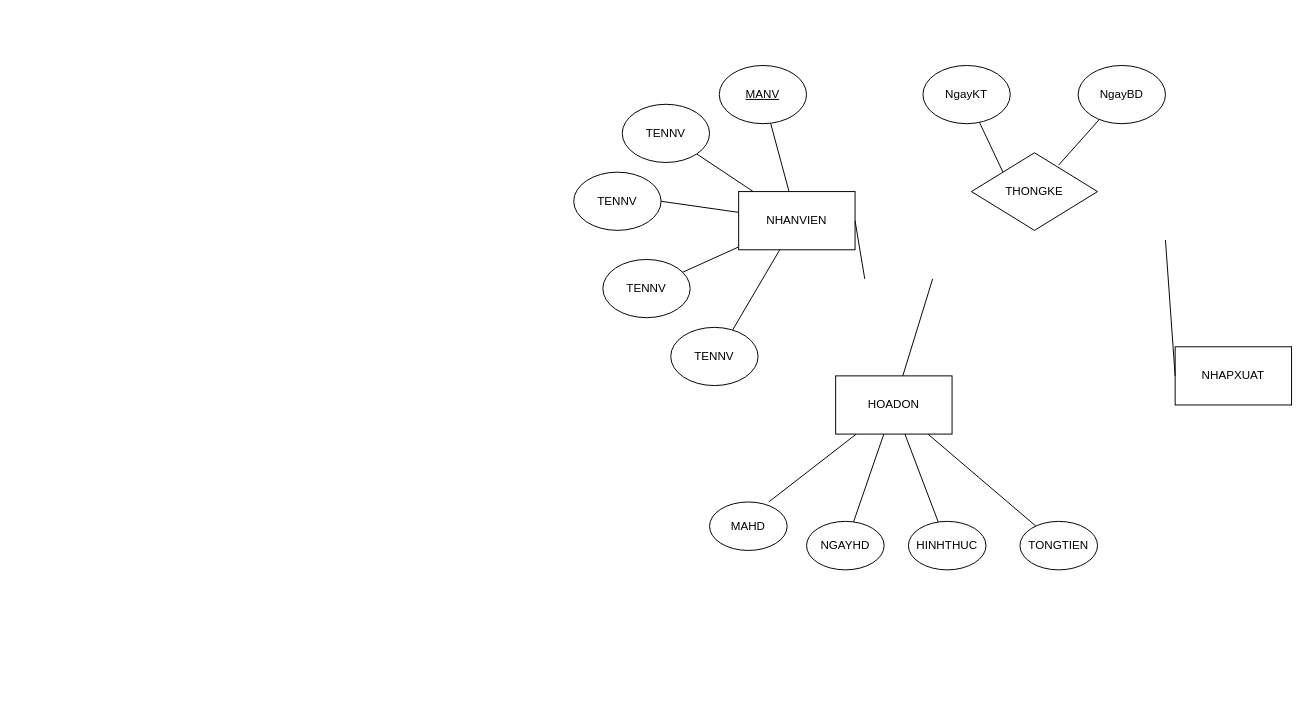
This is Quanlysanpham_thongke/Thống kê/ERD/Untitled Diagram.drawio from VoHoangDai/CNPM, a draw.io file, before an edit. Source tidied: cells renumbered, new cells numbered last; positions are measured from the earlier drawing's top-left corner, leaving out a move shared by most shapes. Both pictures are drawn from the tidied source at 97%, with x=0, y=0 at pixel (573, 65).
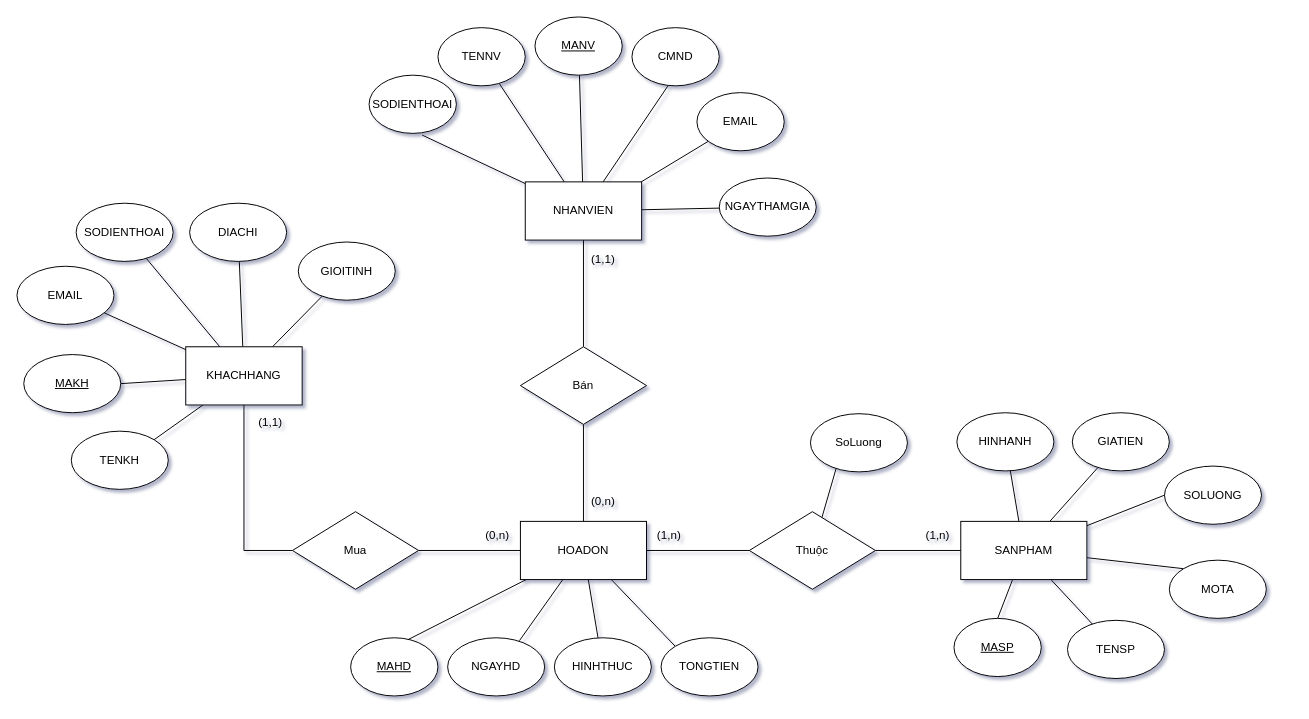
After the change.

The edit, as a diff of the source:
```diff
@@
-<mxGraphModel>
+<mxGraphModel shadow="1">
@@
-    <mxCell id="2" style="rounded=0;jettySize=auto;html=1;endArrow=none;endFill=0;exitX=0;exitY=0;exitDx=0;exitDy=0;" parent="1" edge="1" source="21" target="4">
-      <mxGeometry relative="1" as="geometry" />
-    </mxCell>
-    <mxCell id="3" style="edgeStyle=none;rounded=0;jettySize=auto;html=1;endArrow=none;endFill=0;exitX=0.691;exitY=0.16;exitDx=0;exitDy=0;exitPerimeter=0;" parent="1" edge="1" source="21" target="5">
-      <mxGeometry relative="1" as="geometry" />
-    </mxCell>
-    <mxCell id="4" value="NgayKT" style="ellipse;whiteSpace=wrap;html=1;" parent="1" vertex="1">
-      <mxGeometry x="360" width="90" height="60" as="geometry" />
-    </mxCell>
-    <mxCell id="5" value="NgayBD" style="ellipse;whiteSpace=wrap;html=1;" parent="1" vertex="1">
-      <mxGeometry x="520" width="90" height="60" as="geometry" />
-    </mxCell>
-    <mxCell id="6" style="edgeStyle=none;rounded=0;jettySize=auto;html=1;entryX=0.7;entryY=0.067;entryDx=0;entryDy=0;entryPerimeter=0;endArrow=none;endFill=0;" parent="1" edge="1" source="11" target="31">
+    <mxCell id="6" style="edgeStyle=none;rounded=0;jettySize=auto;html=1;entryX=0.608;entryY=1.029;entryDx=0;entryDy=0;entryPerimeter=0;endArrow=none;endFill=0;" parent="1" edge="1" source="11" target="31">
       <mxGeometry relative="1" as="geometry" />
     </mxCell>
-    <mxCell id="7" style="edgeStyle=none;rounded=0;jettySize=auto;html=1;endArrow=none;endFill=0;" parent="1" edge="1" source="11" target="30">
+    <mxCell id="7" style="edgeStyle=none;rounded=0;jettySize=auto;html=1;endArrow=none;endFill=0;exitX=0.583;exitY=0.5;exitDx=0;exitDy=0;exitPerimeter=0;" parent="1" edge="1" source="11" target="30">
       <mxGeometry relative="1" as="geometry" />
     </mxCell>
-    <mxCell id="8" style="edgeStyle=none;rounded=0;jettySize=auto;html=1;entryX=1;entryY=0.5;entryDx=0;entryDy=0;endArrow=none;endFill=0;" parent="1" edge="1" source="11" target="29">
+    <mxCell id="8" style="edgeStyle=none;rounded=0;jettySize=auto;html=1;entryX=0.41;entryY=1.005;entryDx=0;entryDy=0;endArrow=none;endFill=0;entryPerimeter=0;" parent="1" edge="1" source="11" target="29">
       <mxGeometry relative="1" as="geometry" />
     </mxCell>
@@
+    <mxCell id="34" style="rounded=0;jettySize=auto;html=1;endArrow=none;endFill=0;" parent="1" edge="1" source="11" target="44">
+      <mxGeometry relative="1" as="geometry" />
+    </mxCell>
+    <mxCell id="35" style="edgeStyle=orthogonalEdgeStyle;rounded=0;jettySize=auto;html=1;endArrow=none;endFill=0;" parent="1" edge="1" source="11" target="68">
+      <mxGeometry relative="1" as="geometry" />
+    </mxCell>
     <mxCell id="11" value="NHANVIEN" style="rounded=0;whiteSpace=wrap;html=1;" parent="1" vertex="1">
-      <mxGeometry x="170" y="130" width="120" height="60" as="geometry" />
+      <mxGeometry x="-50" y="120" width="120" height="60" as="geometry" />
     </mxCell>
-    <mxCell id="12" style="edgeStyle=none;rounded=0;jettySize=auto;html=1;endArrow=none;endFill=0;" parent="1" edge="1" source="17">
-      <mxGeometry relative="1" as="geometry">
-        <mxPoint x="370" y="220" as="targetPoint" />
-      </mxGeometry>
-    </mxCell>
-    <mxCell id="13" style="edgeStyle=none;rounded=0;jettySize=auto;html=1;entryX=0.763;entryY=0;entryDx=0;entryDy=0;endArrow=none;endFill=0;entryPerimeter=0;" parent="1" edge="1" source="17" target="22">
+    <mxCell id="13" style="edgeStyle=none;rounded=0;jettySize=auto;html=1;entryX=0.656;entryY=0.033;entryDx=0;entryDy=0;endArrow=none;endFill=0;entryPerimeter=0;" parent="1" edge="1" source="17" target="22">
       <mxGeometry relative="1" as="geometry" />
     </mxCell>
-    <mxCell id="14" style="edgeStyle=none;rounded=0;jettySize=auto;html=1;endArrow=none;endFill=0;" parent="1" edge="1" source="17" target="23">
+    <mxCell id="14" style="edgeStyle=none;rounded=0;jettySize=auto;html=1;endArrow=none;endFill=0;entryX=0.74;entryY=0.05;entryDx=0;entryDy=0;entryPerimeter=0;" parent="1" edge="1" source="17" target="23">
       <mxGeometry relative="1" as="geometry" />
     </mxCell>
@@
-    <mxCell id="16" style="edgeStyle=none;rounded=0;jettySize=auto;html=1;endArrow=none;endFill=0;" parent="1" edge="1" source="17" target="25">
+    <mxCell id="16" style="edgeStyle=none;rounded=0;jettySize=auto;html=1;endArrow=none;endFill=0;entryX=0;entryY=0;entryDx=0;entryDy=0;" parent="1" edge="1" source="17" target="25">
       <mxGeometry relative="1" as="geometry" />
     </mxCell>
+    <mxCell id="36" style="edgeStyle=orthogonalEdgeStyle;rounded=0;jettySize=auto;html=1;entryX=0;entryY=0.5;entryDx=0;entryDy=0;endArrow=none;endFill=0;" parent="1" edge="1" source="17" target="66">
+      <mxGeometry relative="1" as="geometry" />
+    </mxCell>
     <mxCell id="17" value="HOADON" style="rounded=0;whiteSpace=wrap;html=1;" parent="1" vertex="1">
-      <mxGeometry x="270" y="320" width="120" height="60" as="geometry" />
+      <mxGeometry x="-55" y="470" width="130" height="60" as="geometry" />
     </mxCell>
+    <mxCell id="37" style="edgeStyle=none;rounded=0;jettySize=auto;html=1;endArrow=none;endFill=0;" parent="1" edge="1" source="18" target="50">
+      <mxGeometry relative="1" as="geometry" />
+    </mxCell>
+    <mxCell id="38" style="edgeStyle=none;rounded=0;jettySize=auto;html=1;endArrow=none;endFill=0;" parent="1" edge="1" source="18" target="49">
+      <mxGeometry relative="1" as="geometry" />
+    </mxCell>
+    <mxCell id="39" style="edgeStyle=none;rounded=0;jettySize=auto;html=1;endArrow=none;endFill=0;" parent="1" edge="1" source="18" target="47">
+      <mxGeometry relative="1" as="geometry" />
+    </mxCell>
+    <mxCell id="40" style="edgeStyle=none;rounded=0;jettySize=auto;html=1;endArrow=none;endFill=0;" parent="1" edge="1" source="18" target="48">
+      <mxGeometry relative="1" as="geometry" />
+    </mxCell>
+    <mxCell id="41" style="edgeStyle=none;rounded=0;jettySize=auto;html=1;endArrow=none;endFill=0;entryX=1;entryY=0;entryDx=0;entryDy=0;" parent="1" edge="1" source="18" target="46">
+      <mxGeometry relative="1" as="geometry" />
+    </mxCell>
+    <mxCell id="42" style="edgeStyle=none;rounded=0;jettySize=auto;html=1;entryX=1;entryY=0.5;entryDx=0;entryDy=0;endArrow=none;endFill=0;" parent="1" edge="1" source="18" target="45">
+      <mxGeometry relative="1" as="geometry" />
+    </mxCell>
+    <mxCell id="43" style="edgeStyle=orthogonalEdgeStyle;rounded=0;jettySize=auto;html=1;entryX=0;entryY=0.5;entryDx=0;entryDy=0;endArrow=none;endFill=0;exitX=0.5;exitY=1;exitDx=0;exitDy=0;" parent="1" edge="1" source="18" target="70">
+      <mxGeometry relative="1" as="geometry">
+        <Array as="points">
+          <mxPoint x="-340" y="500" />
+        </Array>
+      </mxGeometry>
+    </mxCell>
-    <mxCell id="18" value="NHAPXUAT" style="rounded=0;whiteSpace=wrap;html=1;" parent="1" vertex="1">
-      <mxGeometry x="620" y="290" width="120" height="60" as="geometry" />
+    <mxCell id="18" value="KHACHHANG" style="rounded=0;whiteSpace=wrap;html=1;" parent="1" vertex="1">
+      <mxGeometry x="-400" y="290" width="120" height="60" as="geometry" />
     </mxCell>
-    <mxCell id="19" style="edgeStyle=none;rounded=0;jettySize=auto;html=1;endArrow=none;endFill=0;entryX=1;entryY=0.5;entryDx=0;entryDy=0;" parent="1" edge="1" target="11">
-      <mxGeometry relative="1" as="geometry">
-        <mxPoint x="300" y="220" as="sourcePoint" />
-      </mxGeometry>
-    </mxCell>
-    <mxCell id="20" style="edgeStyle=none;rounded=0;jettySize=auto;html=1;entryX=0;entryY=0.5;entryDx=0;entryDy=0;endArrow=none;endFill=0;" parent="1" edge="1" target="18">
-      <mxGeometry relative="1" as="geometry">
-        <mxPoint x="610" y="180" as="sourcePoint" />
-      </mxGeometry>
-    </mxCell>
-    <mxCell id="21" value="THONGKE" style="rhombus;whiteSpace=wrap;html=1;" parent="1" vertex="1">
-      <mxGeometry x="410" y="90" width="130" height="80" as="geometry" />
-    </mxCell>
-    <mxCell id="22" value="MAHD" style="ellipse;whiteSpace=wrap;html=1;" parent="1" vertex="1">
-      <mxGeometry x="140" y="450" width="80" height="50" as="geometry" />
-    </mxCell>
-    <mxCell id="23" value="NGAYHD" style="ellipse;whiteSpace=wrap;html=1;" parent="1" vertex="1">
-      <mxGeometry x="240" y="470" width="80" height="50" as="geometry" />
-    </mxCell>
-    <mxCell id="24" value="HINHTHUC" style="ellipse;whiteSpace=wrap;html=1;" parent="1" vertex="1">
-      <mxGeometry x="345" y="470" width="80" height="50" as="geometry" />
-    </mxCell>
-    <mxCell id="25" value="TONGTIEN" style="ellipse;whiteSpace=wrap;html=1;" parent="1" vertex="1">
-      <mxGeometry x="460" y="470" width="80" height="50" as="geometry" />
-    </mxCell>
     <mxCell id="26" style="edgeStyle=none;rounded=0;orthogonalLoop=1;jettySize=auto;html=1;exitX=1;exitY=0;exitDx=0;exitDy=0;endArrow=none;endFill=0;" parent="1" edge="1">
       <mxGeometry relative="1" as="geometry">
-        <mxPoint x="678.3" y="357.3" as="sourcePoint" />
-        <mxPoint x="678.7" y="357.6" as="targetPoint" />
+        <mxPoint x="-271.7" y="322.3" as="sourcePoint" />
+        <mxPoint x="-271.3" y="322.6" as="targetPoint" />
       </mxGeometry>
     </mxCell>
     <mxCell id="27" value="&lt;u&gt;MANV&lt;/u&gt;" style="ellipse;whiteSpace=wrap;html=1;" parent="1" vertex="1">
-      <mxGeometry x="150" width="90" height="60" as="geometry" />
+      <mxGeometry x="-40" y="-50" width="90" height="60" as="geometry" />
     </mxCell>
     <mxCell id="28" value="TENNV" style="ellipse;whiteSpace=wrap;html=1;" parent="1" vertex="1">
-      <mxGeometry x="50" y="40" width="90" height="60" as="geometry" />
+      <mxGeometry x="-140" y="-39" width="90" height="60" as="geometry" />
     </mxCell>
-    <mxCell id="29" value="TENNV" style="ellipse;whiteSpace=wrap;html=1;" parent="1" vertex="1">
-      <mxGeometry y="110" width="90" height="60" as="geometry" />
+    <mxCell id="29" value="CMND" style="ellipse;whiteSpace=wrap;html=1;" parent="1" vertex="1">
+      <mxGeometry x="60" y="-39" width="90" height="60" as="geometry" />
     </mxCell>
-    <mxCell id="30" value="TENNV" style="ellipse;whiteSpace=wrap;html=1;" parent="1" vertex="1">
-      <mxGeometry x="30" y="200" width="90" height="60" as="geometry" />
+    <mxCell id="30" value="EMAIL" style="ellipse;whiteSpace=wrap;html=1;" parent="1" vertex="1">
+      <mxGeometry x="127" y="28" width="90" height="60" as="geometry" />
     </mxCell>
-    <mxCell id="31" value="TENNV" style="ellipse;whiteSpace=wrap;html=1;" parent="1" vertex="1">
-      <mxGeometry x="100" y="270" width="90" height="60" as="geometry" />
+    <mxCell id="31" value="SODIENTHOAI" style="ellipse;whiteSpace=wrap;html=1;" parent="1" vertex="1">
+      <mxGeometry x="-211" y="10" width="90" height="60" as="geometry" />
     </mxCell>
@@
+    <mxCell id="44" value="NGAYTHAMGIA" style="ellipse;whiteSpace=wrap;html=1;" parent="1" vertex="1">
+      <mxGeometry x="150" y="116" width="100" height="60" as="geometry" />
+    </mxCell>
+    <mxCell id="22" value="&lt;u&gt;MAHD&lt;/u&gt;" style="ellipse;whiteSpace=wrap;html=1;" parent="1" vertex="1">
+      <mxGeometry x="-230" y="590" width="90" height="60" as="geometry" />
+    </mxCell>
+    <mxCell id="23" value="NGAYHD" style="ellipse;whiteSpace=wrap;html=1;" parent="1" vertex="1">
+      <mxGeometry x="-130" y="590" width="100" height="60" as="geometry" />
+    </mxCell>
+    <mxCell id="24" value="HINHTHUC" style="ellipse;whiteSpace=wrap;html=1;" parent="1" vertex="1">
+      <mxGeometry x="-20" y="590" width="100" height="60" as="geometry" />
+    </mxCell>
+    <mxCell id="25" value="TONGTIEN" style="ellipse;whiteSpace=wrap;html=1;" parent="1" vertex="1">
+      <mxGeometry x="90" y="590" width="100" height="60" as="geometry" />
+    </mxCell>
+    <mxCell id="45" value="&lt;u&gt;MAKH&lt;/u&gt;" style="ellipse;whiteSpace=wrap;html=1;" parent="1" vertex="1">
+      <mxGeometry x="-567" y="298" width="100" height="60" as="geometry" />
+    </mxCell>
+    <mxCell id="46" value="TENKH" style="ellipse;whiteSpace=wrap;html=1;" parent="1" vertex="1">
+      <mxGeometry x="-518" y="377" width="100" height="60" as="geometry" />
+    </mxCell>
+    <mxCell id="47" value="DIACHI" style="ellipse;whiteSpace=wrap;html=1;" parent="1" vertex="1">
+      <mxGeometry x="-396" y="142" width="100" height="60" as="geometry" />
+    </mxCell>
+    <mxCell id="48" value="GIOITINH" style="ellipse;whiteSpace=wrap;html=1;" parent="1" vertex="1">
+      <mxGeometry x="-284" y="182" width="100" height="60" as="geometry" />
+    </mxCell>
+    <mxCell id="49" value="SODIENTHOAI" style="ellipse;whiteSpace=wrap;html=1;" parent="1" vertex="1">
+      <mxGeometry x="-513" y="142" width="100" height="60" as="geometry" />
+    </mxCell>
+    <mxCell id="50" value="EMAIL" style="ellipse;whiteSpace=wrap;html=1;" parent="1" vertex="1">
+      <mxGeometry x="-574" y="207" width="100" height="60" as="geometry" />
+    </mxCell>
+    <mxCell id="51" style="edgeStyle=none;rounded=0;jettySize=auto;html=1;entryX=0.5;entryY=0;entryDx=0;entryDy=0;endArrow=none;endFill=0;" parent="1" edge="1" source="57" target="58">
+      <mxGeometry relative="1" as="geometry" />
+    </mxCell>
+    <mxCell id="52" style="edgeStyle=none;rounded=0;jettySize=auto;html=1;endArrow=none;endFill=0;" parent="1" edge="1" source="57" target="59">
+      <mxGeometry relative="1" as="geometry" />
+    </mxCell>
+    <mxCell id="53" style="edgeStyle=none;rounded=0;jettySize=auto;html=1;endArrow=none;endFill=0;entryX=0;entryY=0;entryDx=0;entryDy=0;" parent="1" edge="1" source="57" target="60">
+      <mxGeometry relative="1" as="geometry" />
+    </mxCell>
+    <mxCell id="54" style="edgeStyle=none;rounded=0;jettySize=auto;html=1;endArrow=none;endFill=0;entryX=0;entryY=0.5;entryDx=0;entryDy=0;" parent="1" edge="1" source="57" target="61">
+      <mxGeometry relative="1" as="geometry" />
+    </mxCell>
+    <mxCell id="55" style="edgeStyle=none;rounded=0;jettySize=auto;html=1;endArrow=none;endFill=0;" parent="1" edge="1" source="57" target="62">
+      <mxGeometry relative="1" as="geometry" />
+    </mxCell>
+    <mxCell id="56" style="edgeStyle=none;rounded=0;jettySize=auto;html=1;endArrow=none;endFill=0;" parent="1" edge="1" source="57" target="63">
+      <mxGeometry relative="1" as="geometry" />
+    </mxCell>
+    <mxCell id="57" value="SANPHAM" style="rounded=0;whiteSpace=wrap;html=1;" parent="1" vertex="1">
+      <mxGeometry x="399" y="470" width="130" height="60" as="geometry" />
+    </mxCell>
+    <mxCell id="58" value="&lt;u&gt;MASP&lt;/u&gt;" style="ellipse;whiteSpace=wrap;html=1;" parent="1" vertex="1">
+      <mxGeometry x="392" y="570" width="90" height="60" as="geometry" />
+    </mxCell>
+    <mxCell id="59" value="TENSP" style="ellipse;whiteSpace=wrap;html=1;" parent="1" vertex="1">
+      <mxGeometry x="509" y="572" width="100" height="60" as="geometry" />
+    </mxCell>
+    <mxCell id="60" value="MOTA" style="ellipse;whiteSpace=wrap;html=1;" parent="1" vertex="1">
+      <mxGeometry x="614" y="510" width="100" height="60" as="geometry" />
+    </mxCell>
+    <mxCell id="61" value="SOLUONG" style="ellipse;whiteSpace=wrap;html=1;" parent="1" vertex="1">
+      <mxGeometry x="609" y="413" width="100" height="60" as="geometry" />
+    </mxCell>
+    <mxCell id="62" value="GIATIEN" style="ellipse;whiteSpace=wrap;html=1;" parent="1" vertex="1">
+      <mxGeometry x="514" y="358" width="100" height="60" as="geometry" />
+    </mxCell>
+    <mxCell id="63" value="HINHANH" style="ellipse;whiteSpace=wrap;html=1;" parent="1" vertex="1">
+      <mxGeometry x="395" y="358" width="100" height="60" as="geometry" />
+    </mxCell>
+    <mxCell id="64" style="edgeStyle=orthogonalEdgeStyle;rounded=0;jettySize=auto;html=1;entryX=0;entryY=0.5;entryDx=0;entryDy=0;endArrow=none;endFill=0;" parent="1" edge="1" source="66" target="57">
+      <mxGeometry relative="1" as="geometry" />
+    </mxCell>
+    <mxCell id="65" style="rounded=0;jettySize=auto;html=1;entryX=0.267;entryY=0.929;entryDx=0;entryDy=0;entryPerimeter=0;endArrow=none;endFill=0;" parent="1" edge="1" source="66" target="77">
+      <mxGeometry relative="1" as="geometry" />
+    </mxCell>
+    <mxCell id="66" value="Thuộc" style="rhombus;whiteSpace=wrap;html=1;" parent="1" vertex="1">
+      <mxGeometry x="181" y="460" width="130" height="80" as="geometry" />
+    </mxCell>
+    <mxCell id="67" style="edgeStyle=orthogonalEdgeStyle;rounded=0;jettySize=auto;html=1;entryX=0.5;entryY=0;entryDx=0;entryDy=0;entryPerimeter=0;endArrow=none;endFill=0;" parent="1" edge="1" source="68" target="17">
+      <mxGeometry relative="1" as="geometry" />
+    </mxCell>
+    <mxCell id="68" value="Bán" style="rhombus;whiteSpace=wrap;html=1;" parent="1" vertex="1">
+      <mxGeometry x="-55" y="290" width="130" height="80" as="geometry" />
+    </mxCell>
+    <mxCell id="69" style="edgeStyle=orthogonalEdgeStyle;rounded=0;jettySize=auto;html=1;endArrow=none;endFill=0;" parent="1" edge="1" source="70" target="17">
+      <mxGeometry relative="1" as="geometry" />
+    </mxCell>
+    <mxCell id="70" value="Mua" style="rhombus;whiteSpace=wrap;html=1;" parent="1" vertex="1">
+      <mxGeometry x="-290" y="460" width="130" height="80" as="geometry" />
+    </mxCell>
+    <mxCell id="71" value="(0,n)" style="text;html=1;align=center;verticalAlign=middle;strokeColor=none;fillColor=none;" parent="1" vertex="1">
+      <mxGeometry x="10" y="440" width="40" height="20" as="geometry" />
+    </mxCell>
+    <mxCell id="72" value="(1,1)" style="text;html=1;align=center;verticalAlign=middle;strokeColor=none;fillColor=none;" parent="1" vertex="1">
+      <mxGeometry x="10" y="190" width="40" height="20" as="geometry" />
+    </mxCell>
+    <mxCell id="73" value="(1,n)" style="text;html=1;align=center;verticalAlign=middle;strokeColor=none;fillColor=none;" parent="1" vertex="1">
+      <mxGeometry x="80" y="476" width="35" height="18" as="geometry" />
+    </mxCell>
+    <mxCell id="74" value="(1,n)" style="text;html=1;align=center;verticalAlign=middle;strokeColor=none;fillColor=none;" parent="1" vertex="1">
+      <mxGeometry x="357" y="476" width="35" height="18" as="geometry" />
+    </mxCell>
+    <mxCell id="75" value="(0,n)" style="text;html=1;align=center;verticalAlign=middle;strokeColor=none;fillColor=none;" parent="1" vertex="1">
+      <mxGeometry x="-99" y="475" width="40" height="20" as="geometry" />
+    </mxCell>
+    <mxCell id="76" value="(1,1)" style="text;html=1;align=center;verticalAlign=middle;strokeColor=none;fillColor=none;" parent="1" vertex="1">
+      <mxGeometry x="-331" y="359" width="35" height="18" as="geometry" />
+    </mxCell>
+    <mxCell id="77" value="SoLuong" style="ellipse;whiteSpace=wrap;html=1;" parent="1" vertex="1">
+      <mxGeometry x="244" y="359" width="100" height="60" as="geometry" />
+    </mxCell>
```
